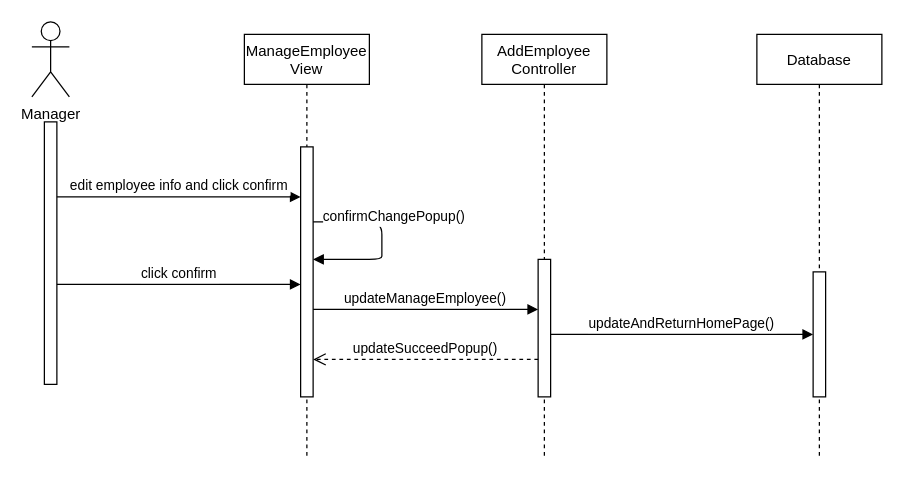
Above: Diagram/Sequence Diagram/Manager/EditEmployee.drawio in hakunhan/employee_management (draw.io), before the change. Source tidied: cells renumbered, new cells numbered last; positions are measured from the earlier drawing's top-left corner, leaving out a move shared by most shapes. Both pictures are drawn from the tidied source at 125%, with x=0, y=0 at pixel (31, 21).
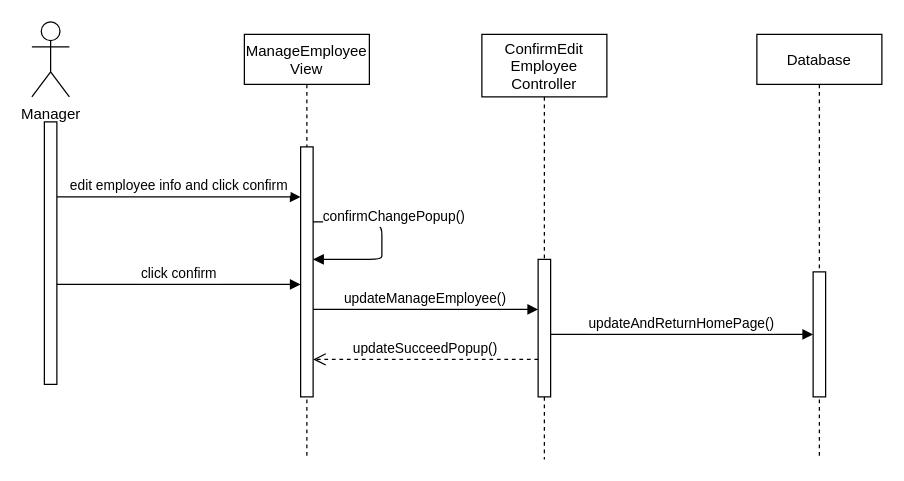
After the change.

The edit, as a diff of the source:
```diff
@@
-    <mxCell id="5" value="AddEmployee&#10;Controller" style="shape=umlLifeline;perimeter=lifelinePerimeter;rounded=0;shadow=0;strokeWidth=1;" parent="1" vertex="1">
+    <mxCell id="5" value="ConfirmEdit&#10;Employee&#10;Controller" style="shape=umlLifeline;perimeter=lifelinePerimeter;rounded=0;shadow=0;strokeWidth=1;size=50;" parent="1" vertex="1">
       <mxGeometry x="360" y="10" width="100" height="340" as="geometry" />
     </mxCell>
```
